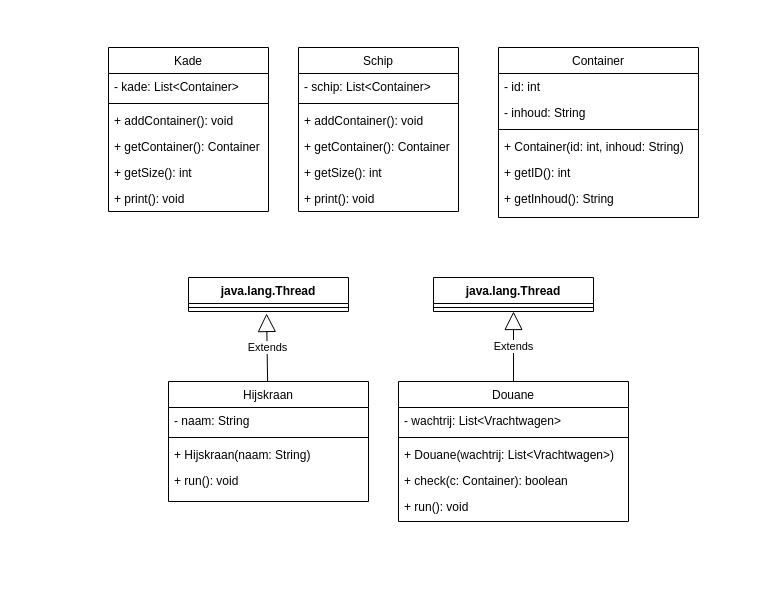
The draw.io diagram java4/w4/SPO2/classdiagram.drawio in mskelo/progdemocode, before the edit. Source tidied: cells renumbered, new cells numbered last; positions are measured from the earlier drawing's top-left corner, leaving out a move shared by most shapes. Both pictures are drawn from the tidied source at 100%, with x=0, y=0 at pixel (108, 47).
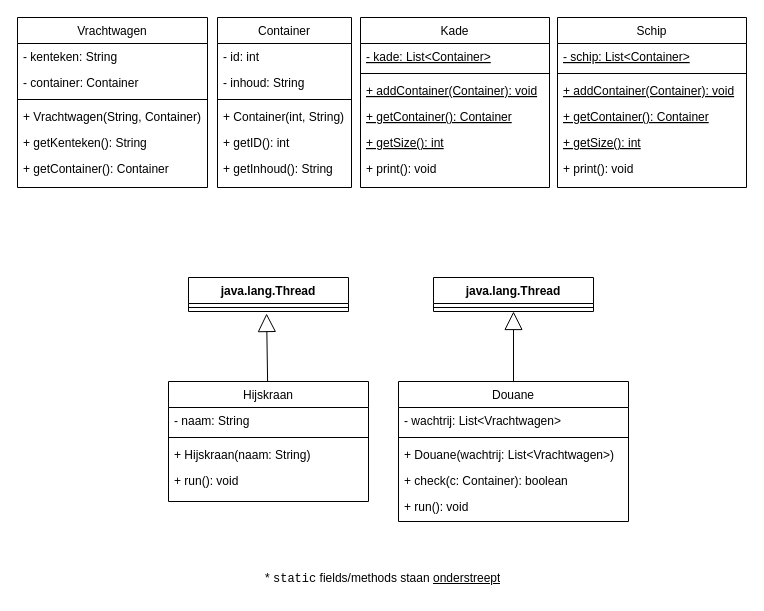
The same page after the edit.

Unchanged cells that the change refers to:
```xml
<mxCell id="23" value="Hijskraan" style="swimlane;fontStyle=0;align=center;verticalAlign=top;horizontal=1;startSize=26;rounded=0;shadow=0;strokeWidth=1;" parent="1" vertex="1">
  <mxGeometry x="60" y="334" width="200" height="120" as="geometry" />
</mxCell>
<mxCell id="30" style="line;strokeWidth=1;fillColor=none;align=left;verticalAlign=middle;spacingTop=-1;spacingLeft=3;spacingRight=3;labelPosition=right;points=[];portConstraint=eastwest;strokeColor=inherit;" parent="29" vertex="1">
  <mxGeometry y="26" width="160" height="8" as="geometry" />
</mxCell>
<mxCell id="31" value="Douane" style="swimlane;fontStyle=0;align=center;verticalAlign=top;horizontal=1;startSize=26;rounded=0;shadow=0;strokeWidth=1;" parent="1" vertex="1">
  <mxGeometry x="290" y="334" width="230" height="140" as="geometry" />
</mxCell>
<mxCell id="37" value="java.lang.Thread" style="swimlane;fontStyle=1;align=center;verticalAlign=top;horizontal=1;startSize=26;whiteSpace=wrap;html=1;" parent="1" vertex="1">
  <mxGeometry x="325" y="230" width="160" height="34" as="geometry" />
</mxCell>
```

The edit, as a diff of the source:
```diff
@@
     <mxCell id="2" value="Kade" style="swimlane;fontStyle=0;align=center;verticalAlign=top;horizontal=1;startSize=26;rounded=0;shadow=0;strokeWidth=1;" parent="1" vertex="1">
-      <mxGeometry width="160" height="164" as="geometry" />
+      <mxGeometry x="252" y="-30" width="189" height="170" as="geometry" />
     </mxCell>
-    <mxCell id="3" value="- kade: List&lt;Container&gt;" style="text;align=left;verticalAlign=top;spacingLeft=4;spacingRight=4;overflow=hidden;" parent="2" vertex="1">
-      <mxGeometry y="26" width="160" height="26" as="geometry" />
+    <mxCell id="3" value="- kade: List&lt;Container&gt;" style="text;align=left;verticalAlign=top;spacingLeft=4;spacingRight=4;overflow=hidden;fontStyle=4;" parent="2" vertex="1">
+      <mxGeometry y="26" width="189" height="26" as="geometry" />
     </mxCell>
     <mxCell id="4" style="line;html=1;strokeWidth=1;align=left;verticalAlign=middle;spacingTop=-1;spacingLeft=3;spacingRight=3;labelPosition=right;" parent="2" vertex="1">
-      <mxGeometry y="52" width="160" height="8" as="geometry" />
+      <mxGeometry y="52" width="189" height="8" as="geometry" />
     </mxCell>
-    <mxCell id="5" value="+ addContainer(): void" style="text;align=left;verticalAlign=top;spacingLeft=4;spacingRight=4;overflow=hidden;" parent="2" vertex="1">
-      <mxGeometry y="60" width="160" height="26" as="geometry" />
+    <mxCell id="5" value="+ addContainer(Container): void" style="text;align=left;verticalAlign=top;spacingLeft=4;spacingRight=4;overflow=hidden;fontStyle=4;" parent="2" vertex="1">
+      <mxGeometry y="60" width="189" height="26" as="geometry" />
     </mxCell>
-    <mxCell id="6" value="+ getContainer(): Container" style="text;align=left;verticalAlign=top;spacingLeft=4;spacingRight=4;overflow=hidden;" parent="2" vertex="1">
-      <mxGeometry y="86" width="160" height="26" as="geometry" />
+    <mxCell id="6" value="+ getContainer(): Container" style="text;align=left;verticalAlign=top;spacingLeft=4;spacingRight=4;overflow=hidden;fontStyle=4;" parent="2" vertex="1">
+      <mxGeometry y="86" width="189" height="26" as="geometry" />
     </mxCell>
-    <mxCell id="7" value="+ getSize(): int&#10;" style="text;align=left;verticalAlign=top;spacingLeft=4;spacingRight=4;overflow=hidden;" parent="2" vertex="1">
-      <mxGeometry y="112" width="160" height="26" as="geometry" />
+    <mxCell id="7" value="+ getSize(): int&#10;" style="text;align=left;verticalAlign=top;spacingLeft=4;spacingRight=4;overflow=hidden;fontStyle=4;" parent="2" vertex="1">
+      <mxGeometry y="112" width="189" height="26" as="geometry" />
     </mxCell>
     <mxCell id="8" value="+ print(): void&#10;" style="text;align=left;verticalAlign=top;spacingLeft=4;spacingRight=4;overflow=hidden;" parent="2" vertex="1">
-      <mxGeometry y="138" width="160" height="26" as="geometry" />
+      <mxGeometry y="138" width="189" height="26" as="geometry" />
     </mxCell>
-    <mxCell id="9" value="Schip" style="swimlane;fontStyle=0;align=center;verticalAlign=top;horizontal=1;startSize=26;rounded=0;shadow=0;strokeWidth=1;" parent="1" vertex="1">
-      <mxGeometry x="190" width="160" height="164" as="geometry" />
-    </mxCell>
-    <mxCell id="10" value="- schip: List&lt;Container&gt;" style="text;align=left;verticalAlign=top;spacingLeft=4;spacingRight=4;overflow=hidden;" parent="9" vertex="1">
-      <mxGeometry y="26" width="160" height="26" as="geometry" />
-    </mxCell>
-    <mxCell id="11" style="line;html=1;strokeWidth=1;align=left;verticalAlign=middle;spacingTop=-1;spacingLeft=3;spacingRight=3;labelPosition=right;" parent="9" vertex="1">
-      <mxGeometry y="52" width="160" height="8" as="geometry" />
-    </mxCell>
-    <mxCell id="12" value="+ addContainer(): void" style="text;align=left;verticalAlign=top;spacingLeft=4;spacingRight=4;overflow=hidden;" parent="9" vertex="1">
-      <mxGeometry y="60" width="160" height="26" as="geometry" />
-    </mxCell>
-    <mxCell id="13" value="+ getContainer(): Container" style="text;align=left;verticalAlign=top;spacingLeft=4;spacingRight=4;overflow=hidden;" parent="9" vertex="1">
-      <mxGeometry y="86" width="160" height="26" as="geometry" />
-    </mxCell>
-    <mxCell id="14" value="+ getSize(): int&#10;" style="text;align=left;verticalAlign=top;spacingLeft=4;spacingRight=4;overflow=hidden;" parent="9" vertex="1">
-      <mxGeometry y="112" width="160" height="26" as="geometry" />
-    </mxCell>
-    <mxCell id="15" value="+ print(): void&#10;" style="text;align=left;verticalAlign=top;spacingLeft=4;spacingRight=4;overflow=hidden;" parent="9" vertex="1">
-      <mxGeometry y="138" width="160" height="26" as="geometry" />
-    </mxCell>
     <mxCell id="16" value="Container" style="swimlane;fontStyle=0;align=center;verticalAlign=top;horizontal=1;startSize=26;rounded=0;shadow=0;strokeWidth=1;" parent="1" vertex="1">
-      <mxGeometry x="390" width="200" height="170" as="geometry" />
+      <mxGeometry x="109" y="-30" width="134" height="170" as="geometry" />
     </mxCell>
     <mxCell id="17" value="- id: int&#10;" style="text;align=left;verticalAlign=top;spacingLeft=4;spacingRight=4;overflow=hidden;" parent="16" vertex="1">
-      <mxGeometry y="26" width="200" height="26" as="geometry" />
+      <mxGeometry y="26" width="134" height="26" as="geometry" />
     </mxCell>
     <mxCell id="18" value="- inhoud: String" style="text;align=left;verticalAlign=top;spacingLeft=4;spacingRight=4;overflow=hidden;" parent="16" vertex="1">
-      <mxGeometry y="52" width="200" height="26" as="geometry" />
+      <mxGeometry y="52" width="134" height="26" as="geometry" />
     </mxCell>
     <mxCell id="19" style="line;html=1;strokeWidth=1;align=left;verticalAlign=middle;spacingTop=-1;spacingLeft=3;spacingRight=3;labelPosition=right;" parent="16" vertex="1">
-      <mxGeometry y="78" width="200" height="8" as="geometry" />
+      <mxGeometry y="78" width="134" height="8" as="geometry" />
     </mxCell>
-    <mxCell id="20" value="+ Container(id: int, inhoud: String)" style="text;align=left;verticalAlign=top;spacingLeft=4;spacingRight=4;overflow=hidden;" parent="16" vertex="1">
-      <mxGeometry y="86" width="200" height="26" as="geometry" />
+    <mxCell id="20" value="+ Container(int, String)" style="text;align=left;verticalAlign=top;spacingLeft=4;spacingRight=4;overflow=hidden;" parent="16" vertex="1">
+      <mxGeometry y="86" width="134" height="26" as="geometry" />
     </mxCell>
     <mxCell id="21" value="+ getID(): int&#10;" style="text;align=left;verticalAlign=top;spacingLeft=4;spacingRight=4;overflow=hidden;" parent="16" vertex="1">
-      <mxGeometry y="112" width="200" height="26" as="geometry" />
+      <mxGeometry y="112" width="134" height="26" as="geometry" />
     </mxCell>
     <mxCell id="22" value="+ getInhoud(): String&#10;" style="text;align=left;verticalAlign=top;spacingLeft=4;spacingRight=4;overflow=hidden;" parent="16" vertex="1">
-      <mxGeometry y="138" width="200" height="26" as="geometry" />
+      <mxGeometry y="138" width="134" height="26" as="geometry" />
     </mxCell>
@@
-    <mxCell id="28" value="Extends" style="endArrow=block;endSize=16;endFill=0;html=1;rounded=0;entryX=0.488;entryY=1.25;entryDx=0;entryDy=0;entryPerimeter=0;" parent="1" edge="1" source="23" target="30">
+    <mxCell id="28" style="endArrow=block;endSize=16;endFill=0;html=1;rounded=0;entryX=0.488;entryY=1.25;entryDx=0;entryDy=0;entryPerimeter=0;" parent="1" edge="1" source="23" target="30">
       <mxGeometry relative="1" as="geometry" />
     </mxCell>
@@
-    <mxCell id="39" value="Extends" style="endArrow=block;endSize=16;endFill=0;html=1;rounded=0;" parent="1" edge="1" source="31" target="37">
+    <mxCell id="39" style="endArrow=block;endSize=16;endFill=0;html=1;rounded=0;" parent="1" edge="1" source="31" target="37">
       <mxGeometry relative="1" as="geometry" />
     </mxCell>
+    <mxCell id="40" value="Vrachtwagen" style="swimlane;fontStyle=0;align=center;verticalAlign=top;horizontal=1;startSize=26;rounded=0;shadow=0;strokeWidth=1;" parent="1" vertex="1">
+      <mxGeometry x="-91" y="-30" width="190" height="170" as="geometry" />
+    </mxCell>
+    <mxCell id="41" value="- kenteken: String" style="text;align=left;verticalAlign=top;spacingLeft=4;spacingRight=4;overflow=hidden;" parent="40" vertex="1">
+      <mxGeometry y="26" width="190" height="26" as="geometry" />
+    </mxCell>
+    <mxCell id="42" value="- container: Container" style="text;align=left;verticalAlign=top;spacingLeft=4;spacingRight=4;overflow=hidden;" parent="40" vertex="1">
+      <mxGeometry y="52" width="190" height="26" as="geometry" />
+    </mxCell>
+    <mxCell id="43" style="line;html=1;strokeWidth=1;align=left;verticalAlign=middle;spacingTop=-1;spacingLeft=3;spacingRight=3;labelPosition=right;" parent="40" vertex="1">
+      <mxGeometry y="78" width="190" height="8" as="geometry" />
+    </mxCell>
+    <mxCell id="44" value="+ Vrachtwagen(String, Container)&#10;" style="text;align=left;verticalAlign=top;spacingLeft=4;spacingRight=4;overflow=hidden;" parent="40" vertex="1">
+      <mxGeometry y="86" width="190" height="26" as="geometry" />
+    </mxCell>
+    <mxCell id="45" value="+ getKenteken(): String" style="text;align=left;verticalAlign=top;spacingLeft=4;spacingRight=4;overflow=hidden;" parent="40" vertex="1">
+      <mxGeometry y="112" width="190" height="26" as="geometry" />
+    </mxCell>
+    <mxCell id="13" value="+ getContainer(): Container" style="text;align=left;verticalAlign=top;spacingLeft=4;spacingRight=4;overflow=hidden;" parent="40" vertex="1">
+      <mxGeometry y="138" width="190" height="26" as="geometry" />
+    </mxCell>
+    <mxCell id="9" value="Schip" style="swimlane;fontStyle=0;align=center;verticalAlign=top;horizontal=1;startSize=26;rounded=0;shadow=0;strokeWidth=1;" parent="1" vertex="1">
+      <mxGeometry x="449" y="-30" width="189" height="170" as="geometry" />
+    </mxCell>
+    <mxCell id="10" value="- schip: List&lt;Container&gt;" style="text;align=left;verticalAlign=top;spacingLeft=4;spacingRight=4;overflow=hidden;fontStyle=4;" parent="9" vertex="1">
+      <mxGeometry y="26" width="189" height="26" as="geometry" />
+    </mxCell>
+    <mxCell id="46" style="line;html=1;strokeWidth=1;align=left;verticalAlign=middle;spacingTop=-1;spacingLeft=3;spacingRight=3;labelPosition=right;" parent="9" vertex="1">
+      <mxGeometry y="52" width="189" height="8" as="geometry" />
+    </mxCell>
+    <mxCell id="47" value="+ addContainer(Container): void" style="text;align=left;verticalAlign=top;spacingLeft=4;spacingRight=4;overflow=hidden;fontStyle=4;" parent="9" vertex="1">
+      <mxGeometry y="60" width="189" height="26" as="geometry" />
+    </mxCell>
+    <mxCell id="48" value="+ getContainer(): Container" style="text;align=left;verticalAlign=top;spacingLeft=4;spacingRight=4;overflow=hidden;fontStyle=4;" parent="9" vertex="1">
+      <mxGeometry y="86" width="189" height="26" as="geometry" />
+    </mxCell>
+    <mxCell id="14" value="+ getSize(): int&#10;" style="text;align=left;verticalAlign=top;spacingLeft=4;spacingRight=4;overflow=hidden;fontStyle=4;" parent="9" vertex="1">
+      <mxGeometry y="112" width="189" height="26" as="geometry" />
+    </mxCell>
+    <mxCell id="15" value="+ print(): void&#10;" style="text;align=left;verticalAlign=top;spacingLeft=4;spacingRight=4;overflow=hidden;" parent="9" vertex="1">
+      <mxGeometry y="138" width="189" height="26" as="geometry" />
+    </mxCell>
+    <mxCell id="49" value="* &lt;font face=&quot;Courier New&quot;&gt;static&lt;/font&gt; fields/methods staan &lt;u&gt;onderstreept&lt;/u&gt;" style="text;strokeColor=none;fillColor=none;align=left;verticalAlign=middle;spacingLeft=4;spacingRight=4;overflow=hidden;whiteSpace=wrap;html=1;" parent="1" vertex="1">
+      <mxGeometry x="151" y="516" width="245.5" height="30" as="geometry" />
+    </mxCell>
```
